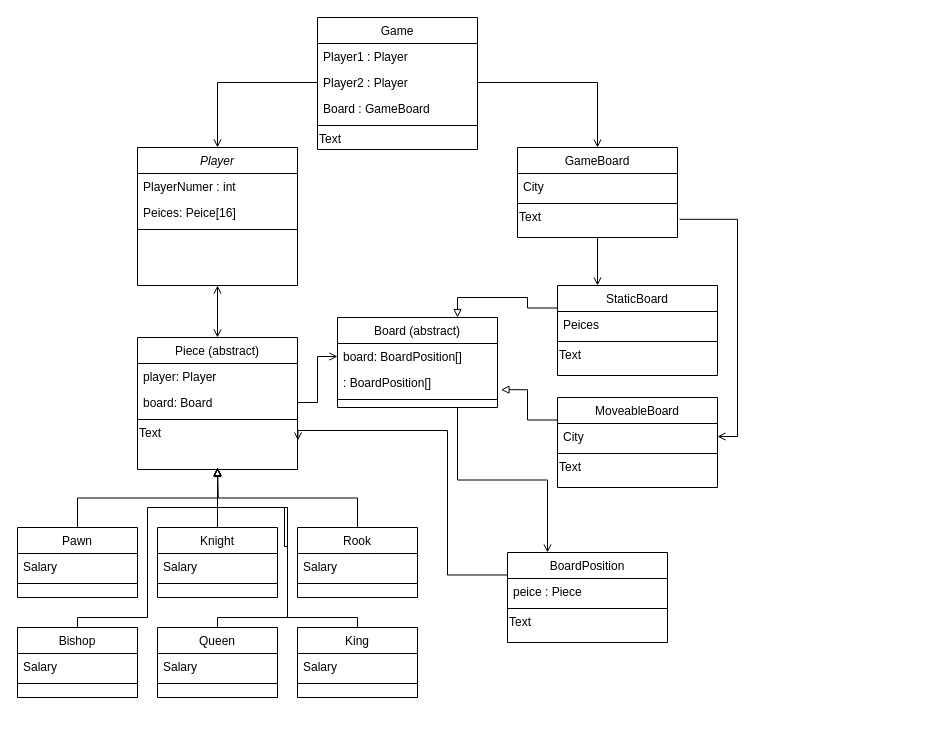
Above: doc/Chess_Logic_UML.drawio in NathanHuntzinger/StarTrekChess (draw.io), before the change. Source tidied: cells renumbered, new cells numbered last; positions are measured from the earlier drawing's top-left corner, leaving out a move shared by most shapes. Both pictures are drawn from the tidied source at 100%, with x=0, y=0 at pixel (17, 17).
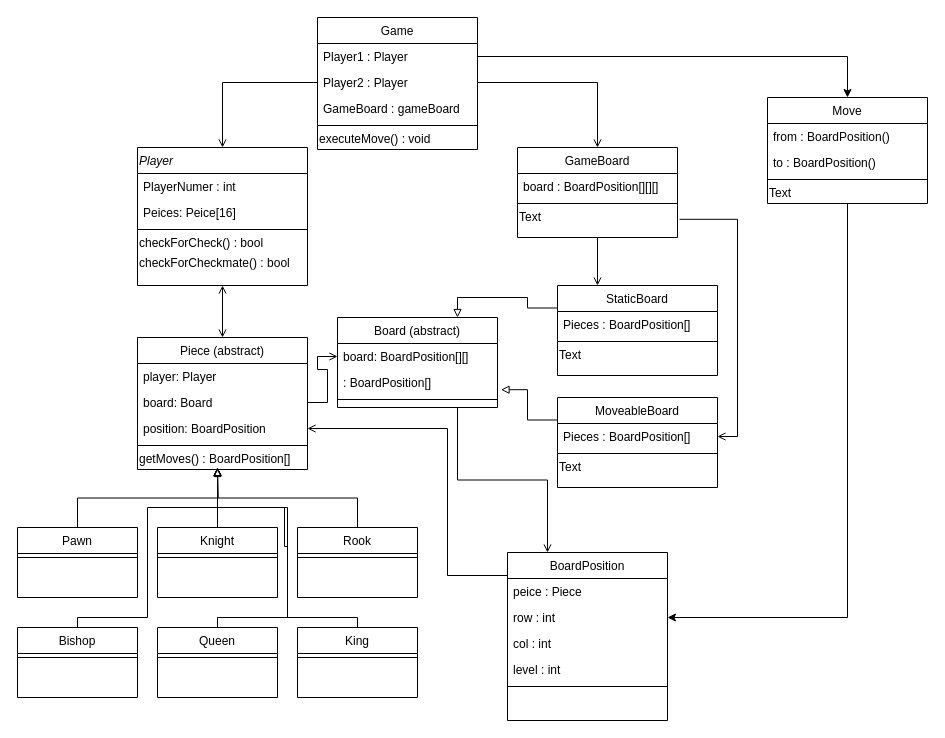
Above is the later version.

Unchanged cells that the change refers to:
```xml
<mxCell id="4" value="Knight" style="swimlane;fontStyle=0;align=center;verticalAlign=top;horizontal=1;startSize=26;rounded=0;shadow=0;strokeWidth=1;" parent="1" vertex="1">
  <mxGeometry x="140" y="510" width="120" height="70" as="geometry" />
</mxCell>
<mxCell id="10" value="Game" style="swimlane;fontStyle=0;align=center;verticalAlign=top;horizontal=1;startSize=26;rounded=0;shadow=0;strokeWidth=1;" parent="1" vertex="1">
  <mxGeometry x="300" width="160" height="132" as="geometry" />
</mxCell>
<mxCell id="11" value="Player1 : Player" style="text;align=left;verticalAlign=top;spacingLeft=4;spacingRight=4;overflow=hidden;points=[[0,0.5],[1,0.5]];portConstraint=eastwest;rounded=0;shadow=0;html=0;" parent="10" vertex="1">
  <mxGeometry y="26" width="160" height="26" as="geometry" />
</mxCell>
<mxCell id="16" value="Queen" style="swimlane;fontStyle=0;align=center;verticalAlign=top;horizontal=1;startSize=26;rounded=0;shadow=0;strokeWidth=1;" parent="1" vertex="1">
  <mxGeometry x="140" y="610" width="120" height="70" as="geometry" />
</mxCell>
<mxCell id="19" value="Pawn" style="swimlane;fontStyle=0;align=center;verticalAlign=top;horizontal=1;startSize=26;rounded=0;shadow=0;strokeWidth=1;" parent="1" vertex="1">
  <mxGeometry y="510" width="120" height="70" as="geometry" />
</mxCell>
<mxCell id="22" value="Bishop" style="swimlane;fontStyle=0;align=center;verticalAlign=top;horizontal=1;startSize=26;rounded=0;shadow=0;strokeWidth=1;" parent="1" vertex="1">
  <mxGeometry y="610" width="120" height="70" as="geometry" />
</mxCell>
<mxCell id="25" value="Rook" style="swimlane;fontStyle=0;align=center;verticalAlign=top;horizontal=1;startSize=26;rounded=0;shadow=0;strokeWidth=1;" parent="1" vertex="1">
  <mxGeometry x="280" y="510" width="120" height="70" as="geometry" />
</mxCell>
<mxCell id="29" value="King" style="swimlane;fontStyle=0;align=center;verticalAlign=top;horizontal=1;startSize=26;rounded=0;shadow=0;strokeWidth=1;" parent="1" vertex="1">
  <mxGeometry x="280" y="610" width="120" height="70" as="geometry" />
</mxCell>
<mxCell id="39" value="GameBoard" style="swimlane;fontStyle=0;align=center;verticalAlign=top;horizontal=1;startSize=26;rounded=0;shadow=0;strokeWidth=1;" parent="1" vertex="1">
  <mxGeometry x="500" y="130" width="160" height="90" as="geometry" />
</mxCell>
<mxCell id="48" value="StaticBoard" style="swimlane;fontStyle=0;align=center;verticalAlign=top;horizontal=1;startSize=26;rounded=0;shadow=0;strokeWidth=1;" parent="1" vertex="1">
  <mxGeometry x="540" y="268" width="160" height="90" as="geometry" />
</mxCell>
<mxCell id="53" value="MoveableBoard" style="swimlane;fontStyle=0;align=center;verticalAlign=top;horizontal=1;startSize=26;rounded=0;shadow=0;strokeWidth=1;" parent="1" vertex="1">
  <mxGeometry x="540" y="380" width="160" height="90" as="geometry" />
</mxCell>
<mxCell id="67" value="Board (abstract)" style="swimlane;fontStyle=0;align=center;verticalAlign=top;horizontal=1;startSize=26;rounded=0;shadow=0;strokeWidth=1;" parent="1" vertex="1">
  <mxGeometry x="320" y="300" width="160" height="90" as="geometry" />
</mxCell>
```

Change to the diagram source:
```diff
@@
-    <mxCell id="5" value="Salary" style="text;align=left;verticalAlign=top;spacingLeft=4;spacingRight=4;overflow=hidden;" parent="4" vertex="1">
-      <mxGeometry y="26" width="120" height="26" as="geometry" />
-    </mxCell>
     <mxCell id="6" style="line;html=1;strokeWidth=1;align=left;verticalAlign=middle;spacingTop=-1;spacingLeft=3;spacingRight=3;labelPosition=right;" parent="4" vertex="1">
-      <mxGeometry y="52" width="120" height="8" as="geometry" />
+      <mxGeometry y="26" width="120" height="8" as="geometry" />
     </mxCell>
@@
-    <mxCell id="13" value="Board : GameBoard" style="text;align=left;verticalAlign=top;spacingLeft=4;spacingRight=4;overflow=hidden;rounded=0;shadow=0;html=0;" parent="10" vertex="1">
+    <mxCell id="13" value="GameBoard : gameBoard" style="text;align=left;verticalAlign=top;spacingLeft=4;spacingRight=4;overflow=hidden;rounded=0;shadow=0;html=0;" parent="10" vertex="1">
       <mxGeometry y="78" width="160" height="26" as="geometry" />
     </mxCell>
@@
-    <mxCell id="15" value="Text" style="text;html=1;align=left;verticalAlign=middle;" parent="10" vertex="1">
+    <mxCell id="15" value="executeMove() : void" style="text;html=1;align=left;verticalAlign=middle;" parent="10" vertex="1">
       <mxGeometry y="112" width="160" height="20" as="geometry" />
     </mxCell>
@@
-    <mxCell id="17" value="Salary" style="text;align=left;verticalAlign=top;spacingLeft=4;spacingRight=4;overflow=hidden;" parent="16" vertex="1">
-      <mxGeometry y="26" width="120" height="26" as="geometry" />
-    </mxCell>
     <mxCell id="18" style="line;html=1;strokeWidth=1;align=left;verticalAlign=middle;spacingTop=-1;spacingLeft=3;spacingRight=3;labelPosition=right;" parent="16" vertex="1">
-      <mxGeometry y="52" width="120" height="8" as="geometry" />
+      <mxGeometry y="26" width="120" height="8" as="geometry" />
     </mxCell>
@@
-    <mxCell id="20" value="Salary" style="text;align=left;verticalAlign=top;spacingLeft=4;spacingRight=4;overflow=hidden;" parent="19" vertex="1">
-      <mxGeometry y="26" width="120" height="26" as="geometry" />
-    </mxCell>
     <mxCell id="21" style="line;html=1;strokeWidth=1;align=left;verticalAlign=middle;spacingTop=-1;spacingLeft=3;spacingRight=3;labelPosition=right;" parent="19" vertex="1">
-      <mxGeometry y="52" width="120" height="8" as="geometry" />
+      <mxGeometry y="26" width="120" height="8" as="geometry" />
     </mxCell>
@@
-    <mxCell id="23" value="Salary" style="text;align=left;verticalAlign=top;spacingLeft=4;spacingRight=4;overflow=hidden;" parent="22" vertex="1">
-      <mxGeometry y="26" width="120" height="26" as="geometry" />
-    </mxCell>
     <mxCell id="24" style="line;html=1;strokeWidth=1;align=left;verticalAlign=middle;spacingTop=-1;spacingLeft=3;spacingRight=3;labelPosition=right;" parent="22" vertex="1">
-      <mxGeometry y="52" width="120" height="8" as="geometry" />
+      <mxGeometry y="26" width="120" height="8" as="geometry" />
     </mxCell>
@@
-    <mxCell id="26" value="Salary" style="text;align=left;verticalAlign=top;spacingLeft=4;spacingRight=4;overflow=hidden;" parent="25" vertex="1">
-      <mxGeometry y="26" width="120" height="26" as="geometry" />
-    </mxCell>
     <mxCell id="27" style="line;html=1;strokeWidth=1;align=left;verticalAlign=middle;spacingTop=-1;spacingLeft=3;spacingRight=3;labelPosition=right;" parent="25" vertex="1">
-      <mxGeometry y="52" width="120" height="8" as="geometry" />
+      <mxGeometry y="26" width="120" height="8" as="geometry" />
     </mxCell>
@@
-    <mxCell id="30" value="Salary" style="text;align=left;verticalAlign=top;spacingLeft=4;spacingRight=4;overflow=hidden;" parent="29" vertex="1">
-      <mxGeometry y="26" width="120" height="26" as="geometry" />
-    </mxCell>
     <mxCell id="31" style="line;html=1;strokeWidth=1;align=left;verticalAlign=middle;spacingTop=-1;spacingLeft=3;spacingRight=3;labelPosition=right;" parent="29" vertex="1">
-      <mxGeometry y="52" width="120" height="8" as="geometry" />
+      <mxGeometry y="26" width="120" height="8" as="geometry" />
     </mxCell>
@@
-    <mxCell id="33" value="Player" style="swimlane;fontStyle=2;align=center;verticalAlign=top;horizontal=1;startSize=26;rounded=0;shadow=0;strokeWidth=1;" parent="1" vertex="1">
-      <mxGeometry x="120" y="130" width="160" height="138" as="geometry" />
+    <mxCell id="33" value="Player" style="swimlane;fontStyle=2;align=left;verticalAlign=top;horizontal=1;startSize=26;rounded=0;shadow=0;strokeWidth=1;" parent="1" vertex="1">
+      <mxGeometry x="120" y="130" width="170" height="138" as="geometry" />
     </mxCell>
     <mxCell id="34" value="PlayerNumer : int" style="text;align=left;verticalAlign=top;spacingLeft=4;spacingRight=4;overflow=hidden;rounded=0;shadow=0;html=0;" parent="33" vertex="1">
-      <mxGeometry y="26" width="160" height="26" as="geometry" />
+      <mxGeometry y="26" width="170" height="26" as="geometry" />
     </mxCell>
     <mxCell id="35" value="Peices: Peice[16]" style="text;align=left;verticalAlign=top;spacingLeft=4;spacingRight=4;overflow=hidden;rounded=0;shadow=0;html=0;" parent="33" vertex="1">
-      <mxGeometry y="52" width="160" height="26" as="geometry" />
+      <mxGeometry y="52" width="170" height="26" as="geometry" />
     </mxCell>
     <mxCell id="36" style="line;html=1;strokeWidth=1;align=left;verticalAlign=middle;spacingTop=-1;spacingLeft=3;spacingRight=3;labelPosition=right;" parent="33" vertex="1">
-      <mxGeometry y="78" width="160" height="8" as="geometry" />
+      <mxGeometry y="78" width="170" height="8" as="geometry" />
     </mxCell>
+    <mxCell id="71" value="checkForCheck() : bool" style="text;html=1;align=left;verticalAlign=middle;" parent="33" vertex="1">
+      <mxGeometry y="86" width="170" height="20" as="geometry" />
+    </mxCell>
+    <mxCell id="72" value="&lt;span style=&quot;text-align: center&quot;&gt;checkForCheckmate() : bool&lt;/span&gt;" style="text;html=1;align=left;verticalAlign=middle;" parent="33" vertex="1">
+      <mxGeometry y="106" width="170" height="20" as="geometry" />
+    </mxCell>
@@
-    <mxCell id="40" value="City" style="text;align=left;verticalAlign=top;spacingLeft=4;spacingRight=4;overflow=hidden;rounded=0;shadow=0;html=0;" parent="39" vertex="1">
+    <mxCell id="40" value="board : BoardPosition[][][]" style="text;align=left;verticalAlign=top;spacingLeft=4;spacingRight=4;overflow=hidden;rounded=0;shadow=0;html=0;" parent="39" vertex="1">
       <mxGeometry y="26" width="160" height="26" as="geometry" />
     </mxCell>
@@
-    <mxCell id="49" value="Peices" style="text;align=left;verticalAlign=top;spacingLeft=4;spacingRight=4;overflow=hidden;rounded=0;shadow=0;html=0;" parent="48" vertex="1">
+    <mxCell id="49" value="Pieces : BoardPosition[]" style="text;align=left;verticalAlign=top;spacingLeft=4;spacingRight=4;overflow=hidden;rounded=0;shadow=0;html=0;" parent="48" vertex="1">
       <mxGeometry y="26" width="160" height="26" as="geometry" />
     </mxCell>
@@
-    <mxCell id="54" value="City" style="text;align=left;verticalAlign=top;spacingLeft=4;spacingRight=4;overflow=hidden;points=[[0,0.5],[1,0.5]];portConstraint=eastwest;rounded=0;shadow=0;html=0;" parent="53" vertex="1">
+    <mxCell id="54" value="Pieces : BoardPosition[]" style="text;align=left;verticalAlign=top;spacingLeft=4;spacingRight=4;overflow=hidden;points=[[0,0.5],[1,0.5]];portConstraint=eastwest;rounded=0;shadow=0;html=0;" parent="53" vertex="1">
       <mxGeometry y="26" width="160" height="26" as="geometry" />
     </mxCell>
@@
-    <mxCell id="57" style="edgeStyle=orthogonalEdgeStyle;rounded=0;jettySize=auto;html=1;exitX=0;exitY=0.25;exitDx=0;exitDy=0;entryX=1.003;entryY=0.85;entryDx=0;entryDy=0;entryPerimeter=0;startArrow=none;startFill=0;endArrow=open;endFill=0;" parent="1" edge="1" source="58" target="66">
+    <mxCell id="57" style="edgeStyle=orthogonalEdgeStyle;rounded=0;jettySize=auto;html=1;exitX=0;exitY=0.25;exitDx=0;exitDy=0;entryX=1;entryY=0.5;entryDx=0;entryDy=0;startArrow=none;startFill=0;endArrow=open;endFill=0;" parent="1" edge="1" source="58" target="76">
       <mxGeometry relative="1" as="geometry">
         <Array as="points">
+          <mxPoint x="490" y="558" />
           <mxPoint x="430" y="558" />
-          <mxPoint x="430" y="413" />
+          <mxPoint x="430" y="411" />
         </Array>
       </mxGeometry>
     </mxCell>
     <mxCell id="58" value="BoardPosition" style="swimlane;fontStyle=0;align=center;verticalAlign=top;horizontal=1;startSize=26;rounded=0;shadow=0;strokeWidth=1;" parent="1" vertex="1">
-      <mxGeometry x="490" y="535" width="160" height="90" as="geometry" />
+      <mxGeometry x="490" y="535" width="160" height="168" as="geometry" />
     </mxCell>
@@
+    <mxCell id="73" value="row : int" style="text;align=left;verticalAlign=top;spacingLeft=4;spacingRight=4;overflow=hidden;points=[[0,0.5],[1,0.5]];portConstraint=eastwest;rounded=0;shadow=0;html=0;" parent="58" vertex="1">
+      <mxGeometry y="52" width="160" height="26" as="geometry" />
+    </mxCell>
+    <mxCell id="74" value="col : int" style="text;align=left;verticalAlign=top;spacingLeft=4;spacingRight=4;overflow=hidden;rounded=0;shadow=0;html=0;" parent="58" vertex="1">
+      <mxGeometry y="78" width="160" height="26" as="geometry" />
+    </mxCell>
+    <mxCell id="75" value="level : int" style="text;align=left;verticalAlign=top;spacingLeft=4;spacingRight=4;overflow=hidden;rounded=0;shadow=0;html=0;" parent="58" vertex="1">
+      <mxGeometry y="104" width="160" height="26" as="geometry" />
+    </mxCell>
     <mxCell id="60" style="line;html=1;strokeWidth=1;align=left;verticalAlign=middle;spacingTop=-1;spacingLeft=3;spacingRight=3;labelPosition=right;" parent="58" vertex="1">
-      <mxGeometry y="52" width="160" height="8" as="geometry" />
+      <mxGeometry y="130" width="160" height="8" as="geometry" />
     </mxCell>
-    <mxCell id="61" value="Text" style="text;html=1;align=left;verticalAlign=middle;points=[];" parent="58" vertex="1">
-      <mxGeometry y="60" width="160" height="20" as="geometry" />
-    </mxCell>
     <mxCell id="62" value="Piece (abstract)" style="swimlane;fontStyle=0;align=center;verticalAlign=top;horizontal=1;startSize=26;rounded=0;shadow=0;strokeWidth=1;" parent="1" vertex="1">
-      <mxGeometry x="120" y="320" width="160" height="132" as="geometry" />
+      <mxGeometry x="120" y="320" width="170" height="132" as="geometry" />
     </mxCell>
     <mxCell id="63" value="player: Player" style="text;align=left;verticalAlign=top;spacingLeft=4;spacingRight=4;overflow=hidden;rounded=0;shadow=0;html=0;" parent="62" vertex="1">
-      <mxGeometry y="26" width="160" height="26" as="geometry" />
+      <mxGeometry y="26" width="170" height="26" as="geometry" />
     </mxCell>
     <mxCell id="64" value="board: Board" style="text;align=left;verticalAlign=top;spacingLeft=4;spacingRight=4;overflow=hidden;points=[[0,0.5],[1,0.5]];portConstraint=eastwest;rounded=0;shadow=0;html=0;" parent="62" vertex="1">
-      <mxGeometry y="52" width="160" height="26" as="geometry" />
+      <mxGeometry y="52" width="170" height="26" as="geometry" />
     </mxCell>
+    <mxCell id="76" value="position: BoardPosition" style="text;align=left;verticalAlign=top;spacingLeft=4;spacingRight=4;overflow=hidden;points=[[0,0.5],[1,0.5]];portConstraint=eastwest;rounded=0;shadow=0;html=0;" parent="62" vertex="1">
+      <mxGeometry y="78" width="170" height="26" as="geometry" />
+    </mxCell>
     <mxCell id="65" style="line;html=1;strokeWidth=1;align=left;verticalAlign=middle;spacingTop=-1;spacingLeft=3;spacingRight=3;labelPosition=right;" parent="62" vertex="1">
-      <mxGeometry y="78" width="160" height="8" as="geometry" />
+      <mxGeometry y="104" width="170" height="8" as="geometry" />
     </mxCell>
-    <mxCell id="66" value="Text" style="text;html=1;align=left;verticalAlign=middle;points=[];" parent="62" vertex="1">
-      <mxGeometry y="86" width="160" height="20" as="geometry" />
+    <mxCell id="66" value="getMoves() : BoardPosition[]" style="text;html=1;align=left;verticalAlign=middle;points=[];" parent="62" vertex="1">
+      <mxGeometry y="112" width="170" height="20" as="geometry" />
     </mxCell>
@@
-    <mxCell id="68" value="board: BoardPosition[]" style="text;align=left;verticalAlign=top;spacingLeft=4;spacingRight=4;overflow=hidden;points=[[0,0.5],[1,0.5]];portConstraint=eastwest;rounded=0;shadow=0;html=0;" parent="67" vertex="1">
+    <mxCell id="68" value="board: BoardPosition[][]" style="text;align=left;verticalAlign=top;spacingLeft=4;spacingRight=4;overflow=hidden;points=[[0,0.5],[1,0.5]];portConstraint=eastwest;rounded=0;shadow=0;html=0;" parent="67" vertex="1">
       <mxGeometry y="26" width="160" height="26" as="geometry" />
     </mxCell>
@@
+    <mxCell id="77" style="edgeStyle=orthogonalEdgeStyle;rounded=0;jettySize=auto;html=1;entryX=1;entryY=0.5;entryDx=0;entryDy=0;" parent="1" edge="1" source="61" target="73">
+      <mxGeometry relative="1" as="geometry" />
+    </mxCell>
+    <mxCell id="78" value="Move" style="swimlane;fontStyle=0;align=center;verticalAlign=top;horizontal=1;startSize=26;rounded=0;shadow=0;strokeWidth=1;" parent="1" vertex="1">
+      <mxGeometry x="750" y="80" width="160" height="106" as="geometry" />
+    </mxCell>
+    <mxCell id="79" value="from : BoardPosition()" style="text;align=left;verticalAlign=top;spacingLeft=4;spacingRight=4;overflow=hidden;rounded=0;shadow=0;html=0;" parent="78" vertex="1">
+      <mxGeometry y="26" width="160" height="26" as="geometry" />
+    </mxCell>
+    <mxCell id="80" value="to : BoardPosition()" style="text;align=left;verticalAlign=top;spacingLeft=4;spacingRight=4;overflow=hidden;rounded=0;shadow=0;html=0;" parent="78" vertex="1">
+      <mxGeometry y="52" width="160" height="26" as="geometry" />
+    </mxCell>
+    <mxCell id="81" style="line;html=1;strokeWidth=1;align=left;verticalAlign=middle;spacingTop=-1;spacingLeft=3;spacingRight=3;labelPosition=right;" parent="78" vertex="1">
+      <mxGeometry y="78" width="160" height="8" as="geometry" />
+    </mxCell>
+    <mxCell id="61" value="Text" style="text;html=1;align=left;verticalAlign=middle;points=[];" parent="78" vertex="1">
+      <mxGeometry y="86" width="160" height="20" as="geometry" />
+    </mxCell>
+    <mxCell id="82" style="edgeStyle=orthogonalEdgeStyle;rounded=0;jettySize=auto;html=1;exitX=1;exitY=0.5;exitDx=0;exitDy=0;entryX=0.5;entryY=0;entryDx=0;entryDy=0;" parent="1" edge="1" source="11" target="78">
+      <mxGeometry relative="1" as="geometry" />
+    </mxCell>
```
